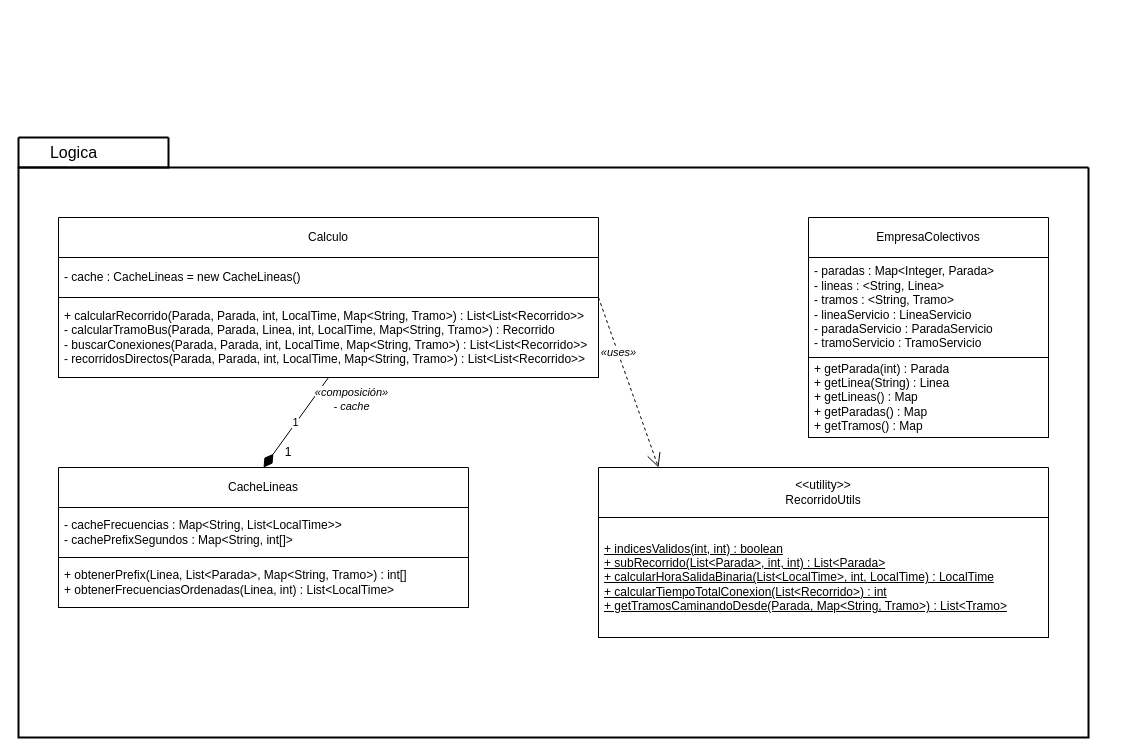
The draw.io diagram docs/uml/drawio/colectivo.logica.drawio in AverageZeko/POO-colectivos, before the edit. Source tidied: cells renumbered, new cells numbered last; positions are measured from the earlier drawing's top-left corner, leaving out a move shared by most shapes. Both pictures are drawn from the tidied source at 100%, with x=0, y=0 at pixel (18, 137).
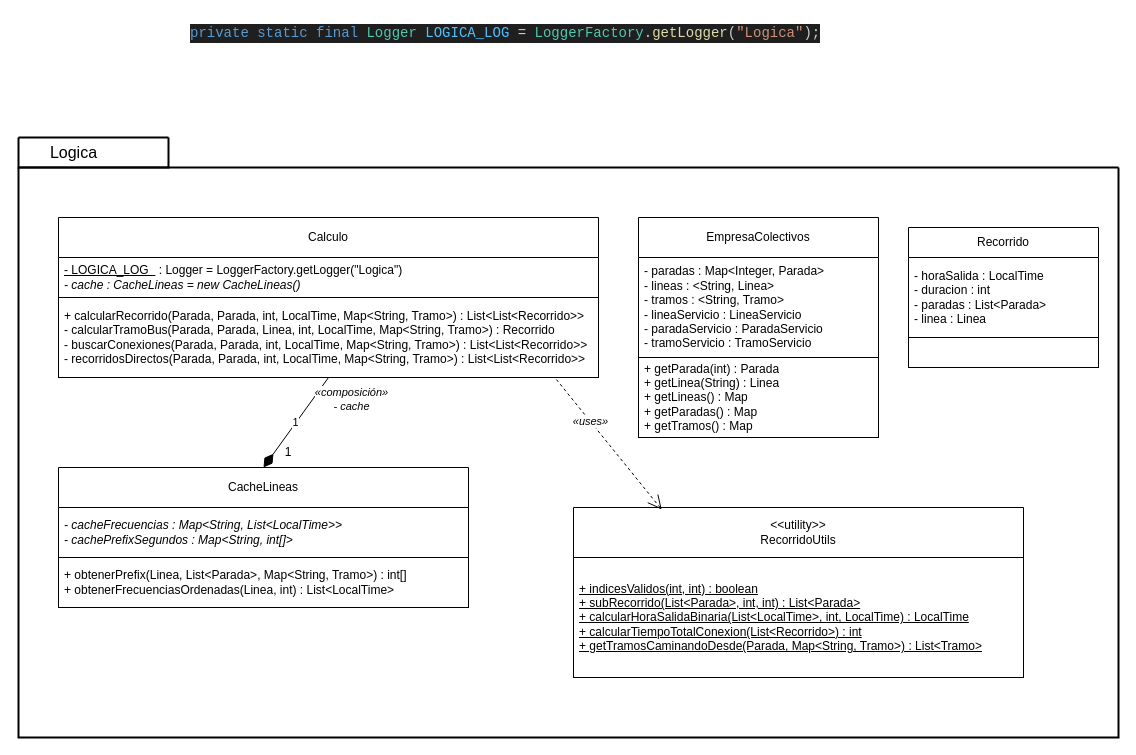
The same diagram, later.

The change refers to these unchanged cells:
```xml
<mxCell id="6" value="Calculo" style="swimlane;fontStyle=0;horizontal=1;startSize=40;whiteSpace=wrap;html=1;" parent="2" vertex="1">
  <mxGeometry x="40" y="50" width="540" height="160" as="geometry" />
</mxCell>
<mxCell id="8" value="&lt;div&gt;+ calcularRecorrido(Parada, Parada, int, LocalTime, Map&amp;lt;String, Tramo&amp;gt;) : List&amp;lt;List&amp;lt;Recorrido&amp;gt;&amp;gt;&lt;/div&gt;&lt;div&gt;- calcularTramoBus(Parada, Parada, Linea, int, LocalTime, Map&amp;lt;String, Tramo&amp;gt;) : Recorrido&lt;/div&gt;&lt;div&gt;- buscarConexiones(Parada, Parada, int, LocalTime, Map&amp;lt;String, Tramo&amp;gt;) : List&amp;lt;List&amp;lt;Recorrido&amp;gt;&amp;gt;&lt;/div&gt;&lt;div&gt;- recorridosDirectos(Parada, Parada, int, LocalTime, Map&amp;lt;String, Tramo&amp;gt;) :&amp;nbsp;List&amp;lt;List&amp;lt;Recorrido&amp;gt;&amp;gt;&lt;/div&gt;" style="text;strokeColor=default;fillColor=none;align=left;verticalAlign=middle;spacingLeft=4;spacingRight=4;overflow=hidden;points=[[0,0.5],[1,0.5]];portConstraint=eastwest;whiteSpace=wrap;html=1;" parent="6" vertex="1">
  <mxGeometry y="80" width="540" height="80" as="geometry" />
</mxCell>
<mxCell id="9" value="CacheLineas" style="swimlane;fontStyle=0;horizontal=1;startSize=40;whiteSpace=wrap;html=1;" parent="2" vertex="1">
  <mxGeometry x="40" y="300" width="410" height="140" as="geometry" />
</mxCell>
```

What changed in the source:
```diff
@@
     <mxCell id="2" style="swimlane;startSize=0;align=center;strokeWidth=2;" parent="1" vertex="1">
-      <mxGeometry y="30" width="1070" height="570" as="geometry" />
+      <mxGeometry y="30" width="1100" height="570" as="geometry" />
     </mxCell>
     <mxCell id="3" value="EmpresaColectivos" style="swimlane;fontStyle=0;horizontal=1;startSize=40;whiteSpace=wrap;html=1;" parent="2" vertex="1">
-      <mxGeometry x="790" y="50" width="240" height="220" as="geometry" />
+      <mxGeometry x="620" y="50" width="240" height="220" as="geometry" />
     </mxCell>
@@
-    <mxCell id="7" value="- cache : CacheLineas = new CacheLineas()" style="text;strokeColor=none;fillColor=none;align=left;verticalAlign=middle;spacingLeft=4;spacingRight=4;overflow=hidden;whiteSpace=wrap;html=1;" parent="6" vertex="1">
+    <mxCell id="7" value="&lt;div&gt;&lt;u&gt;- LOGICA_LOG&amp;nbsp;&lt;i&gt;&amp;nbsp;&lt;/i&gt;&lt;/u&gt;&amp;nbsp;: Logger = LoggerFactory.getLogger(&quot;Logica&quot;)&lt;/div&gt;&lt;div&gt;&lt;i&gt;- cache : CacheLineas = new CacheLineas()&lt;/i&gt;&lt;/div&gt;" style="text;strokeColor=none;fillColor=none;align=left;verticalAlign=middle;spacingLeft=4;spacingRight=4;overflow=hidden;whiteSpace=wrap;html=1;" parent="6" vertex="1">
       <mxGeometry y="40" width="540" height="40" as="geometry" />
     </mxCell>
@@
-    <mxCell id="10" value="&lt;div&gt;- cacheFrecuencias :&amp;nbsp;Map&amp;lt;String, List&amp;lt;LocalTime&amp;gt;&amp;gt;&lt;/div&gt;&lt;div&gt;- cachePrefixSegundos : Map&amp;lt;String, int[]&amp;gt;&lt;/div&gt;" style="text;strokeColor=none;fillColor=none;align=left;verticalAlign=middle;spacingLeft=4;spacingRight=4;overflow=hidden;whiteSpace=wrap;html=1;" parent="9" vertex="1">
+    <mxCell id="10" value="&lt;div&gt;&lt;i&gt;- cacheFrecuencias :&amp;nbsp;Map&amp;lt;String, List&amp;lt;LocalTime&amp;gt;&amp;gt;&lt;/i&gt;&lt;/div&gt;&lt;div&gt;&lt;i&gt;- cachePrefixSegundos : Map&amp;lt;String, int[]&amp;gt;&lt;/i&gt;&lt;/div&gt;" style="text;strokeColor=none;fillColor=none;align=left;verticalAlign=middle;spacingLeft=4;spacingRight=4;overflow=hidden;whiteSpace=wrap;html=1;" parent="9" vertex="1">
       <mxGeometry y="40" width="410" height="50" as="geometry" />
     </mxCell>
@@
     <mxCell id="14" value="&amp;lt;&amp;lt;utility&amp;gt;&amp;gt;&lt;br&gt;RecorridoUtils" style="swimlane;fontStyle=0;horizontal=1;startSize=50;whiteSpace=wrap;html=1;" parent="2" vertex="1">
-      <mxGeometry x="580" y="300" width="450" height="170" as="geometry" />
+      <mxGeometry x="555" y="340" width="450" height="170" as="geometry" />
     </mxCell>
@@
-    <mxCell id="17" style="endArrow=open;endFill=0;endSize=12;html=1;rounded=0;exitX=1;exitY=0.5;exitDx=0;exitDy=0;dashed=1;" parent="2" edge="1" source="6">
-      <mxGeometry relative="1" as="geometry">
-        <mxPoint x="640" y="300" as="targetPoint" />
-      </mxGeometry>
+    <mxCell id="17" style="endArrow=open;endFill=0;endSize=12;html=1;rounded=0;exitX=0.922;exitY=1.025;exitDx=0;exitDy=0;dashed=1;entryX=0.196;entryY=0.012;entryDx=0;entryDy=0;entryPerimeter=0;exitPerimeter=0;" parent="2" edge="1" source="8" target="14">
+      <mxGeometry relative="1" as="geometry" />
     </mxCell>
@@
+    <mxCell id="22" value="Recorrido" style="swimlane;fontStyle=0;horizontal=1;startSize=30;whiteSpace=wrap;html=1;fillColor=none;" parent="2" vertex="1">
+      <mxGeometry x="890" y="60" width="190" height="140" as="geometry" />
+    </mxCell>
+    <mxCell id="23" value="&lt;div&gt;- horaSalida : LocalTime&lt;/div&gt;&lt;div&gt;- duracion : int&lt;/div&gt;&lt;div&gt;- paradas : List&amp;lt;Parada&amp;gt;&lt;/div&gt;&lt;div&gt;- linea : Linea&lt;/div&gt;" style="text;strokeColor=none;fillColor=none;align=left;verticalAlign=middle;spacingLeft=4;spacingRight=4;overflow=hidden;whiteSpace=wrap;html=1;" parent="22" vertex="1">
+      <mxGeometry y="30" width="190" height="80" as="geometry" />
+    </mxCell>
+    <mxCell id="24" value="&amp;nbsp;" style="text;strokeColor=default;fillColor=none;align=left;verticalAlign=middle;spacingLeft=4;spacingRight=4;overflow=hidden;whiteSpace=wrap;html=1;glass=0;shadow=0;" parent="22" vertex="1">
+      <mxGeometry y="110" width="190" height="30" as="geometry" />
+    </mxCell>
@@
+    <mxCell id="25" value="&lt;div style=&quot;color: #cccccc;background-color: #1f1f1f;font-family: Consolas, 'Courier New', monospace;font-weight: normal;font-size: 14px;line-height: 19px;white-space: pre;&quot;&gt;&lt;div&gt;&lt;span style=&quot;color: #569cd6;&quot;&gt;private&lt;/span&gt;&lt;span style=&quot;color: #cccccc;&quot;&gt; &lt;/span&gt;&lt;span style=&quot;color: #569cd6;&quot;&gt;static&lt;/span&gt;&lt;span style=&quot;color: #cccccc;&quot;&gt; &lt;/span&gt;&lt;span style=&quot;color: #569cd6;&quot;&gt;final&lt;/span&gt;&lt;span style=&quot;color: #cccccc;&quot;&gt; &lt;/span&gt;&lt;span style=&quot;color: #4ec9b0;&quot;&gt;Logger&lt;/span&gt;&lt;span style=&quot;color: #cccccc;&quot;&gt; &lt;/span&gt;&lt;span style=&quot;color: #4fc1ff;&quot;&gt;LOGICA_LOG&lt;/span&gt;&lt;span style=&quot;color: #cccccc;&quot;&gt; &lt;/span&gt;&lt;span style=&quot;color: #d4d4d4;&quot;&gt;=&lt;/span&gt;&lt;span style=&quot;color: #cccccc;&quot;&gt; &lt;/span&gt;&lt;span style=&quot;color: #4ec9b0;&quot;&gt;LoggerFactory&lt;/span&gt;&lt;span style=&quot;color: #cccccc;&quot;&gt;.&lt;/span&gt;&lt;span style=&quot;color: #dcdcaa;&quot;&gt;getLogger&lt;/span&gt;&lt;span style=&quot;color: #cccccc;&quot;&gt;(&lt;/span&gt;&lt;span style=&quot;color: #ce9178;&quot;&gt;&quot;Logica&quot;&lt;/span&gt;&lt;span style=&quot;color: #cccccc;&quot;&gt;);&lt;/span&gt;&lt;/div&gt;&lt;/div&gt;" style="text;whiteSpace=wrap;html=1;" parent="1" vertex="1">
+      <mxGeometry x="170" y="-120" width="560" height="40" as="geometry" />
+    </mxCell>
```
